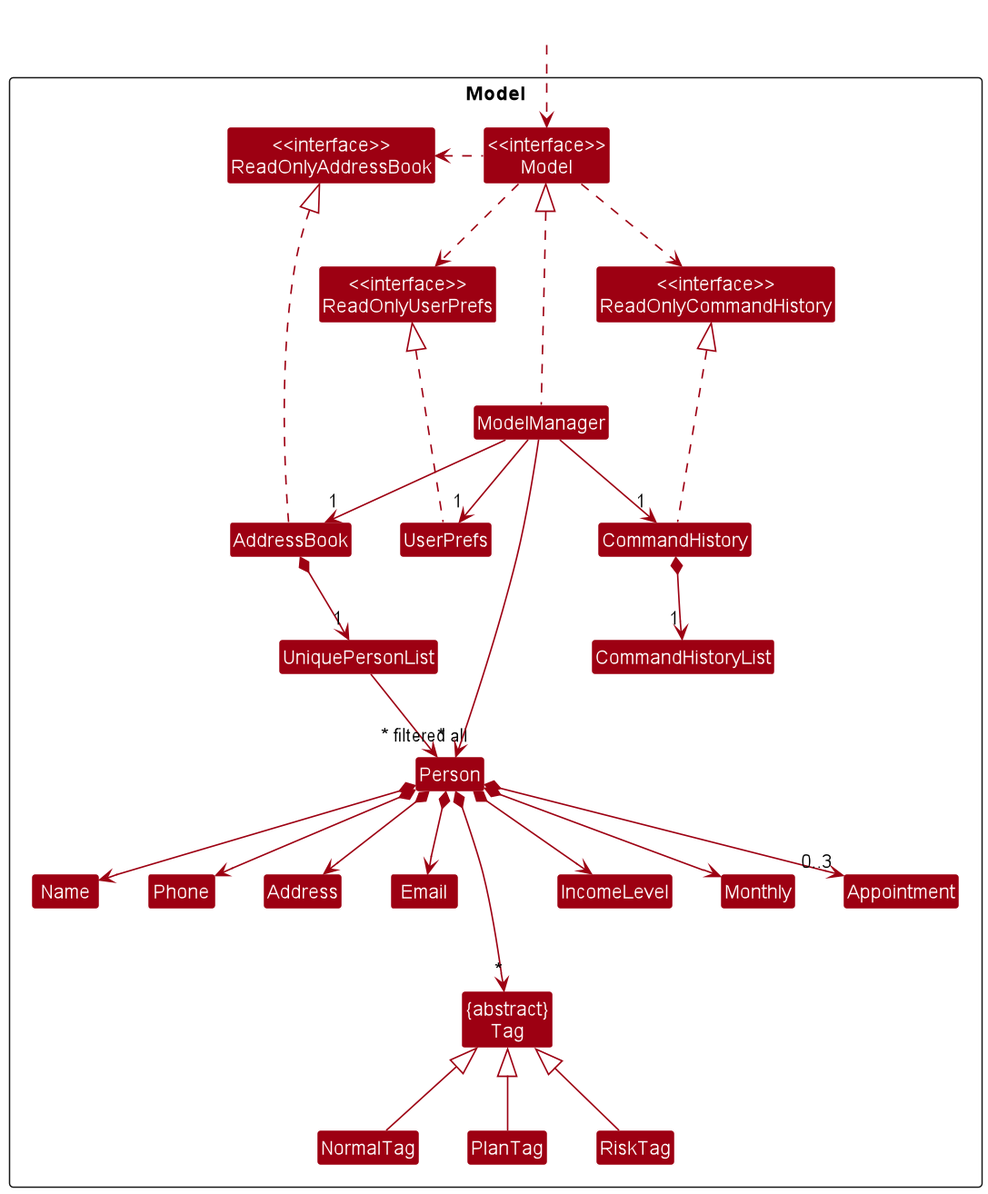
This is docs/images/ModelClassDiagram.png from nus-cs2103-AY2223S1/tp, a PlantUML export, as it was before one commit. Its source is kept beside it as docs/diagrams/ModelClassDiagram.puml.
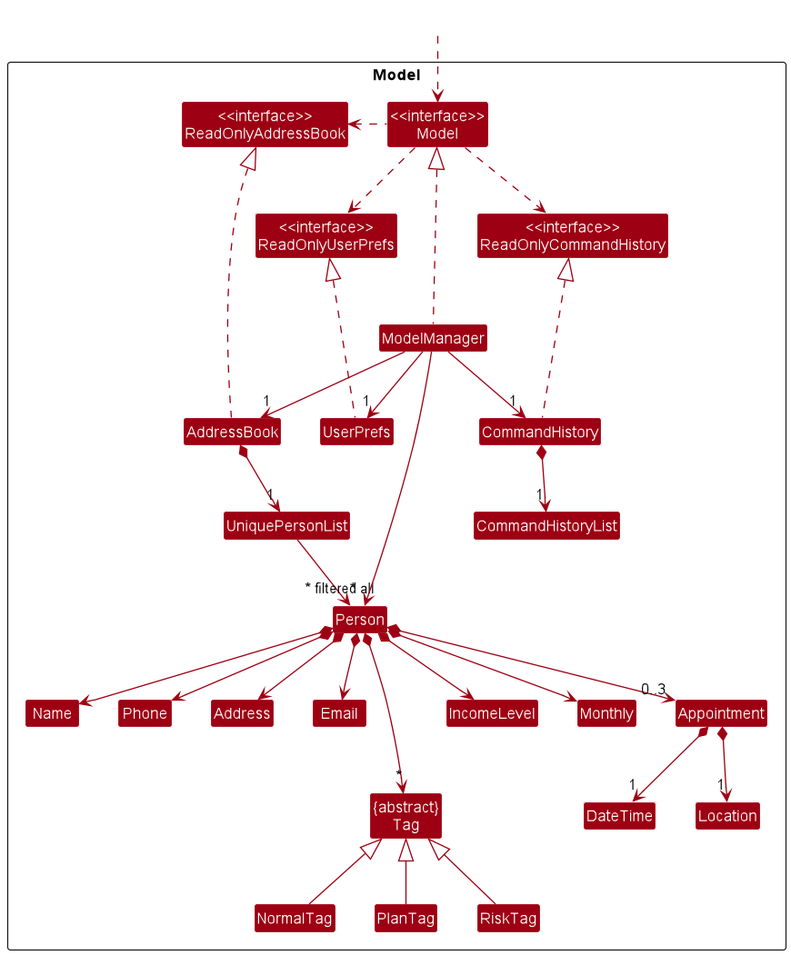
The same diagram one commit later.

Commit message:
Update Model class diagram

The edit, as a diff of the source:
```diff
@@ -28,6 +28,8 @@
 Class NormalTag
 Class PlanTag
 Class RiskTag
+Class Location
+Class DateTime
 
 
 Class CommandHistoryList
@@ -57,6 +59,8 @@
 Person *--> Monthly
 Person *--> "0..3" Appointment
 Person *---> "*" Tag
+Appointment *--> "1" Location
+Appointment *--> "1" DateTime
 
 CommandHistory *--> "1" CommandHistoryList
 
```
